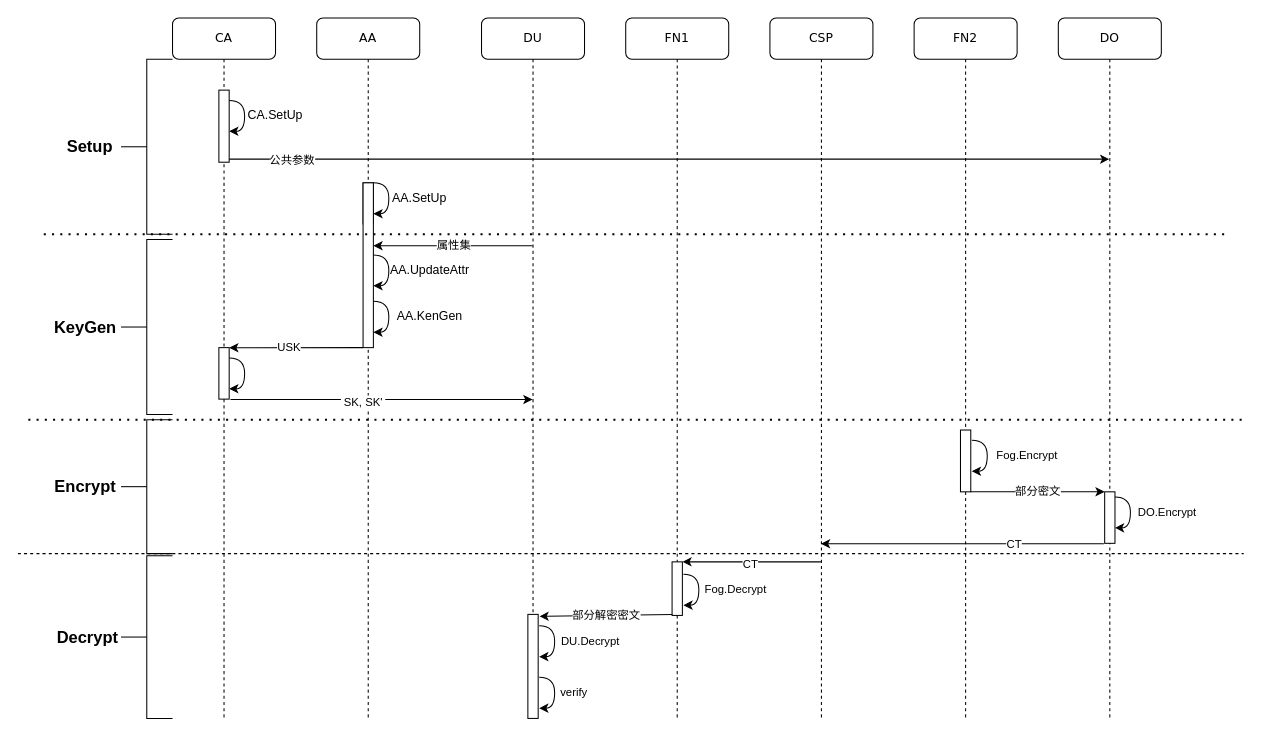
The draw.io diagram 泳道图.drawio in Hhysdbrk/drawIO, before the edit. Source tidied: cells renumbered, new cells numbered last; positions are measured from the earlier drawing's top-left corner, leaving out a move shared by most shapes. Both pictures are drawn from the tidied source at 103%, with x=0, y=0 at pixel (18, 18).
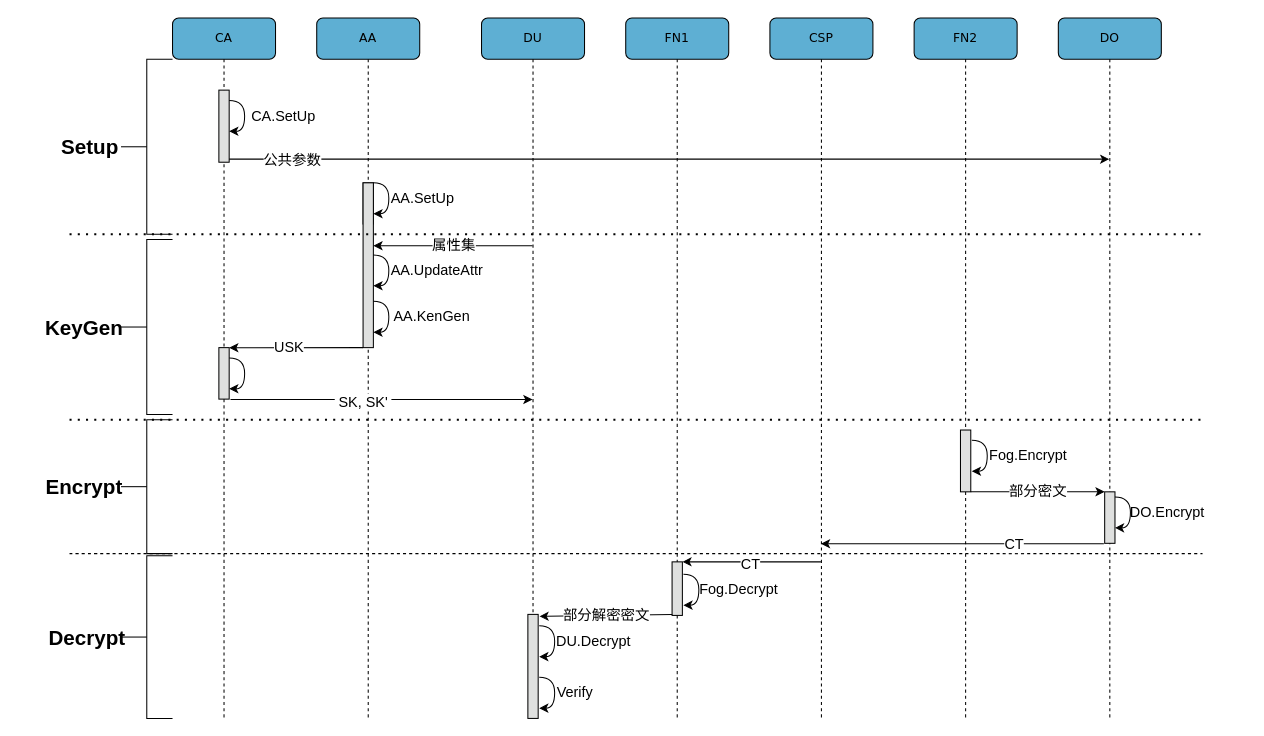
After the change.

Commit message (it also covers changes not shown here):
更新泳道图.drawio

The change refers to these unchanged cells:
```xml
<mxCell id="11" style="endArrow=classic;html=1;rounded=0;exitX=0.134;exitY=0.906;exitDx=0;exitDy=0;exitPerimeter=0;" parent="2" edge="1">
  <mxGeometry relative="1" as="geometry">
    <mxPoint x="45" y="320" as="sourcePoint" />
    <mxPoint x="-85" y="320.2" as="targetPoint" />
  </mxGeometry>
</mxCell>
<mxCell id="35" style="endArrow=classic;html=1;rounded=0;exitX=0.934;exitY=0.267;exitDx=0;exitDy=0;exitPerimeter=0;" parent="1" edge="1" target="26">
  <mxGeometry relative="1" as="geometry">
    <mxPoint x="205" y="137" as="sourcePoint" />
  </mxGeometry>
</mxCell>
<mxCell id="39" style="endArrow=classic;html=1;rounded=0;exitX=1.134;exitY=0.781;exitDx=0;exitDy=0;exitPerimeter=0;" parent="1" edge="1" target="14">
  <mxGeometry relative="1" as="geometry">
    <mxPoint x="206.3" y="370.4" as="sourcePoint" />
  </mxGeometry>
</mxCell>
<mxCell id="43" style="endArrow=classic;html=1;rounded=0;labelBackgroundColor=default;strokeColor=default;fontFamily=Helvetica;fontSize=11;fontColor=default;shape=connector;curved=1;" parent="1" edge="1">
  <mxGeometry relative="1" as="geometry">
    <mxPoint x="925" y="460" as="sourcePoint" />
    <mxPoint x="1055" y="460" as="targetPoint" />
  </mxGeometry>
</mxCell>
<mxCell id="45" style="endArrow=classic;html=1;rounded=0;labelBackgroundColor=default;strokeColor=default;fontFamily=Helvetica;fontSize=11;fontColor=default;shape=connector;curved=1;exitX=-0.077;exitY=1.009;exitDx=0;exitDy=0;exitPerimeter=0;" parent="1" edge="1" source="27" target="22">
  <mxGeometry relative="1" as="geometry" />
</mxCell>
<mxCell id="47" style="endArrow=classic;html=1;rounded=0;labelBackgroundColor=default;strokeColor=default;fontFamily=Helvetica;fontSize=11;fontColor=default;shape=connector;curved=1;" parent="1" edge="1">
  <mxGeometry relative="1" as="geometry">
    <mxPoint x="779.5" y="528" as="sourcePoint" />
    <mxPoint x="645" y="528" as="targetPoint" />
    <Array as="points">
      <mxPoint x="730" y="528" />
    </Array>
  </mxGeometry>
</mxCell>
<mxCell id="51" style="endArrow=classic;html=1;rounded=0;labelBackgroundColor=default;strokeColor=default;fontFamily=Helvetica;fontSize=11;fontColor=default;shape=connector;curved=1;exitX=0.023;exitY=0.983;exitDx=0;exitDy=0;exitPerimeter=0;entryX=1.123;entryY=0.019;entryDx=0;entryDy=0;entryPerimeter=0;" parent="1" edge="1" source="20" target="50">
  <mxGeometry relative="1" as="geometry" />
</mxCell>
```

Change to the diagram source:
```diff
@@
-    <mxCell id="2" value="AA" style="shape=umlLifeline;perimeter=lifelinePerimeter;whiteSpace=wrap;html=1;rounded=1;shadow=0;comic=0;labelBackgroundColor=none;strokeWidth=1;fontFamily=Verdana;fontSize=12;align=center;" parent="1" vertex="1">
+    <mxCell id="2" value="AA" style="shape=umlLifeline;perimeter=lifelinePerimeter;whiteSpace=wrap;html=1;rounded=1;shadow=0;comic=0;labelBackgroundColor=none;strokeWidth=1;fontFamily=Verdana;fontSize=12;align=center;fillColor=#5eafd3;" parent="1" vertex="1">
       <mxGeometry x="290" width="100" height="680" as="geometry" />
     </mxCell>
@@
-    <mxCell id="4" style="html=1;perimeter=orthogonalPerimeter;rounded=0;shadow=0;comic=0;labelBackgroundColor=none;strokeWidth=1;fontFamily=Verdana;fontSize=12;align=center;" parent="2" vertex="1">
+    <mxCell id="4" style="html=1;perimeter=orthogonalPerimeter;rounded=0;shadow=0;comic=0;labelBackgroundColor=none;strokeWidth=1;fontFamily=Verdana;fontSize=12;align=center;fillColor=#dfe0df;gradientColor=none;" parent="2" vertex="1">
       <mxGeometry x="45" y="160" width="10" height="160" as="geometry" />
     </mxCell>
@@
     <mxCell id="6" style="endArrow=none;dashed=1;html=1;dashPattern=1 3;strokeWidth=2;rounded=0;" parent="2" edge="1">
       <mxGeometry relative="1" as="geometry">
-        <mxPoint x="-265" y="210" as="sourcePoint" />
-        <mxPoint x="885" y="210" as="targetPoint" />
+        <mxPoint x="-240" y="210" as="sourcePoint" />
+        <mxPoint x="860" y="210" as="targetPoint" />
       </mxGeometry>
     </mxCell>
@@
-    <mxCell id="8" value="AA.UpdateAttr" style="text;strokeColor=none;align=center;fillColor=none;html=1;verticalAlign=middle;whiteSpace=wrap;rounded=0;" parent="2" vertex="1">
-      <mxGeometry x="80" y="230" width="60" height="30" as="geometry" />
+    <mxCell id="8" value="AA.UpdateAttr" style="text;strokeColor=none;align=center;fillColor=none;html=1;verticalAlign=middle;whiteSpace=wrap;rounded=0;fontSize=14;" parent="2" vertex="1">
+      <mxGeometry x="87" y="230" width="60" height="30" as="geometry" />
     </mxCell>
-    <mxCell id="9" value="AA.SetUp" style="text;strokeColor=none;align=center;fillColor=none;html=1;verticalAlign=middle;whiteSpace=wrap;rounded=0;" parent="2" vertex="1">
-      <mxGeometry x="70" y="160" width="60" height="30" as="geometry" />
+    <mxCell id="9" value="AA.SetUp" style="text;strokeColor=none;align=center;fillColor=none;html=1;verticalAlign=middle;whiteSpace=wrap;rounded=0;fontSize=14;" parent="2" vertex="1">
+      <mxGeometry x="73" y="160" width="60" height="30" as="geometry" />
     </mxCell>
@@
-    <mxCell id="12" value="USK" style="edgeLabel;html=1;align=center;verticalAlign=middle;" parent="11" vertex="1">
+    <mxCell id="12" value="&lt;font style=&quot;font-size: 14px;&quot;&gt;USK&lt;/font&gt;" style="edgeLabel;html=1;align=center;verticalAlign=middle;" parent="11" vertex="1">
       <mxGeometry x="0.1" y="-1" relative="1" as="geometry" />
     </mxCell>
     <mxCell id="13" style="endArrow=none;dashed=1;html=1;rounded=0;labelBackgroundColor=default;strokeColor=default;fontFamily=Helvetica;fontSize=11;fontColor=default;shape=connector;curved=1;" parent="2" edge="1">
       <mxGeometry relative="1" as="geometry">
-        <mxPoint x="-290" y="520" as="sourcePoint" />
-        <mxPoint x="900" y="520" as="targetPoint" />
+        <mxPoint x="-240" y="520" as="sourcePoint" />
+        <mxPoint x="860" y="520" as="targetPoint" />
       </mxGeometry>
     </mxCell>
-    <mxCell id="14" value="DU" style="shape=umlLifeline;perimeter=lifelinePerimeter;whiteSpace=wrap;html=1;outlineConnect=0;rounded=1;shadow=0;comic=0;labelBackgroundColor=none;strokeWidth=1;fontFamily=Verdana;fontSize=12;align=center;" parent="1" vertex="1">
+    <mxCell id="14" value="DU" style="shape=umlLifeline;perimeter=lifelinePerimeter;whiteSpace=wrap;html=1;outlineConnect=0;rounded=1;shadow=0;comic=0;labelBackgroundColor=none;strokeWidth=1;fontFamily=Verdana;fontSize=12;align=center;fillColor=#5eafd3;" parent="1" vertex="1">
       <mxGeometry x="450" width="100" height="680" as="geometry" />
     </mxCell>
     <mxCell id="15" style="endArrow=none;dashed=1;html=1;dashPattern=1 3;strokeWidth=2;rounded=0;" parent="14" edge="1">
       <mxGeometry relative="1" as="geometry">
-        <mxPoint x="-440" y="390" as="sourcePoint" />
-        <mxPoint x="740" y="390" as="targetPoint" />
+        <mxPoint x="-400" y="390" as="sourcePoint" />
+        <mxPoint x="700" y="390" as="targetPoint" />
       </mxGeometry>
     </mxCell>
@@
-    <mxCell id="18" value="&lt;font face=&quot;Times New Roman Italic&quot;&gt;verify&lt;/font&gt;" style="text;strokeColor=none;align=center;fillColor=none;html=1;verticalAlign=middle;whiteSpace=wrap;rounded=0;fontSize=11;fontFamily=Helvetica;fontColor=default;" parent="14" vertex="1">
-      <mxGeometry x="60" y="640" width="60" height="30" as="geometry" />
+    <mxCell id="18" value="&lt;font face=&quot;Times New Roman Italic&quot; style=&quot;font-size: 14px;&quot;&gt;Verify&lt;/font&gt;" style="text;strokeColor=none;align=center;fillColor=none;html=1;verticalAlign=middle;whiteSpace=wrap;rounded=0;fontSize=14;fontFamily=Helvetica;fontColor=default;" parent="14" vertex="1">
+      <mxGeometry x="61" y="640" width="60" height="30" as="geometry" />
     </mxCell>
-    <mxCell id="19" value="FN1" style="shape=umlLifeline;perimeter=lifelinePerimeter;whiteSpace=wrap;html=1;rounded=1;shadow=0;comic=0;labelBackgroundColor=none;strokeWidth=1;fontFamily=Verdana;fontSize=12;align=center;" parent="1" vertex="1">
+    <mxCell id="19" value="FN1" style="shape=umlLifeline;perimeter=lifelinePerimeter;whiteSpace=wrap;html=1;rounded=1;shadow=0;comic=0;labelBackgroundColor=none;strokeWidth=1;fontFamily=Verdana;fontSize=12;align=center;fillColor=#5eafd3;" parent="1" vertex="1">
       <mxGeometry x="590" width="100" height="680" as="geometry" />
     </mxCell>
-    <mxCell id="20" style="html=1;points=[];perimeter=orthogonalPerimeter;rounded=0;shadow=0;comic=0;labelBackgroundColor=none;strokeWidth=1;fontFamily=Verdana;fontSize=12;align=center;" parent="19" vertex="1">
+    <mxCell id="20" style="html=1;points=[];perimeter=orthogonalPerimeter;rounded=0;shadow=0;comic=0;labelBackgroundColor=none;strokeWidth=1;fontFamily=Verdana;fontSize=12;align=center;fillColor=#dfe0df;gradientColor=none;" parent="19" vertex="1">
       <mxGeometry x="45" y="528" width="10" height="52" as="geometry" />
     </mxCell>
@@
-    <mxCell id="22" value="CSP" style="shape=umlLifeline;perimeter=lifelinePerimeter;whiteSpace=wrap;html=1;outlineConnect=0;rounded=1;shadow=0;comic=0;labelBackgroundColor=none;strokeWidth=1;fontFamily=Verdana;fontSize=12;align=center;" parent="1" vertex="1">
+    <mxCell id="22" value="CSP" style="shape=umlLifeline;perimeter=lifelinePerimeter;whiteSpace=wrap;html=1;outlineConnect=0;rounded=1;shadow=0;comic=0;labelBackgroundColor=none;strokeWidth=1;fontFamily=Verdana;fontSize=12;align=center;fillColor=#5eafd3;" parent="1" vertex="1">
       <mxGeometry x="730" width="100" height="680" as="geometry" />
     </mxCell>
-    <mxCell id="23" value="FN2" style="shape=umlLifeline;perimeter=lifelinePerimeter;whiteSpace=wrap;html=1;rounded=1;shadow=0;comic=0;labelBackgroundColor=none;strokeWidth=1;fontFamily=Verdana;fontSize=12;align=center;" parent="1" vertex="1">
+    <mxCell id="23" value="FN2" style="shape=umlLifeline;perimeter=lifelinePerimeter;whiteSpace=wrap;html=1;rounded=1;shadow=0;comic=0;labelBackgroundColor=none;strokeWidth=1;fontFamily=Verdana;fontSize=12;align=center;fillColor=#5eafd3;" parent="1" vertex="1">
       <mxGeometry x="870" width="100" height="680" as="geometry" />
     </mxCell>
-    <mxCell id="24" style="html=1;perimeter=orthogonalPerimeter;rounded=0;shadow=0;comic=0;labelBackgroundColor=none;strokeWidth=1;fontFamily=Verdana;fontSize=12;align=center;" parent="23" vertex="1">
+    <mxCell id="24" style="html=1;perimeter=orthogonalPerimeter;rounded=0;shadow=0;comic=0;labelBackgroundColor=none;strokeWidth=1;fontFamily=Verdana;fontSize=12;align=center;fillColor=#dfe0df;gradientColor=none;strokeColor=default;" parent="23" vertex="1">
       <mxGeometry x="45" y="400" width="10" height="60" as="geometry" />
     </mxCell>
@@
-    <mxCell id="26" value="DO" style="shape=umlLifeline;perimeter=lifelinePerimeter;whiteSpace=wrap;html=1;outlineConnect=0;rounded=1;shadow=0;comic=0;labelBackgroundColor=none;strokeWidth=1;fontFamily=Verdana;fontSize=12;align=center;" parent="1" vertex="1">
+    <mxCell id="26" value="DO" style="shape=umlLifeline;perimeter=lifelinePerimeter;whiteSpace=wrap;html=1;outlineConnect=0;rounded=1;shadow=0;comic=0;labelBackgroundColor=none;strokeWidth=1;fontFamily=Verdana;fontSize=12;align=center;gradientColor=none;fillColor=#5eafd3;" parent="1" vertex="1">
       <mxGeometry x="1010" width="100" height="680" as="geometry" />
     </mxCell>
-    <mxCell id="27" style="html=1;points=[];perimeter=orthogonalPerimeter;rounded=0;shadow=0;comic=0;labelBackgroundColor=none;strokeWidth=1;fontFamily=Verdana;fontSize=12;align=center;" parent="26" vertex="1">
+    <mxCell id="27" style="html=1;points=[];perimeter=orthogonalPerimeter;rounded=0;shadow=0;comic=0;labelBackgroundColor=none;strokeWidth=1;fontFamily=Verdana;fontSize=12;align=center;fillColor=#dfe0df;gradientColor=none;" parent="26" vertex="1">
       <mxGeometry x="45" y="460" width="10" height="50" as="geometry" />
     </mxCell>
@@
-    <mxCell id="29" value="DO.Encrypt" style="text;strokeColor=none;align=center;fillColor=none;html=1;verticalAlign=middle;whiteSpace=wrap;rounded=0;fontSize=11;fontFamily=Helvetica;fontColor=default;" parent="26" vertex="1">
+    <mxCell id="29" value="DO.Encrypt" style="text;strokeColor=none;align=center;fillColor=none;html=1;verticalAlign=middle;whiteSpace=wrap;rounded=0;fontSize=14;fontFamily=Helvetica;fontColor=default;" parent="26" vertex="1">
       <mxGeometry x="76" y="465" width="60" height="30" as="geometry" />
     </mxCell>
-    <mxCell id="30" value="CA" style="shape=umlLifeline;perimeter=lifelinePerimeter;whiteSpace=wrap;html=1;rounded=1;shadow=0;comic=0;labelBackgroundColor=none;strokeWidth=1;fontFamily=Verdana;fontSize=12;align=center;" parent="1" vertex="1">
+    <mxCell id="30" value="CA" style="shape=umlLifeline;perimeter=lifelinePerimeter;whiteSpace=wrap;html=1;rounded=1;shadow=0;comic=0;labelBackgroundColor=none;strokeWidth=1;fontFamily=Verdana;fontSize=12;align=center;fillColor=#5eafd3;" parent="1" vertex="1">
       <mxGeometry x="150" width="100" height="680" as="geometry" />
     </mxCell>
-    <mxCell id="31" style="html=1;perimeter=orthogonalPerimeter;rounded=0;shadow=0;comic=0;labelBackgroundColor=none;strokeWidth=1;fontFamily=Verdana;fontSize=12;align=center;" parent="30" vertex="1">
+    <mxCell id="31" style="html=1;perimeter=orthogonalPerimeter;rounded=0;shadow=0;comic=0;labelBackgroundColor=none;strokeWidth=1;fontFamily=Verdana;fontSize=12;align=center;fillColor=#dfe0df;strokeColor=default;fontColor=default;gradientColor=none;" parent="30" vertex="1">
       <mxGeometry x="45" y="70" width="10" height="70" as="geometry" />
     </mxCell>
@@
-    <mxCell id="34" style="html=1;perimeter=orthogonalPerimeter;rounded=0;shadow=0;comic=0;labelBackgroundColor=none;strokeWidth=1;fontFamily=Verdana;fontSize=12;align=center;" parent="30" vertex="1">
+    <mxCell id="34" style="html=1;perimeter=orthogonalPerimeter;rounded=0;shadow=0;comic=0;labelBackgroundColor=none;strokeWidth=1;fontFamily=Verdana;fontSize=12;align=center;fillColor=#dfe0df;gradientColor=none;" parent="30" vertex="1">
       <mxGeometry x="45" y="320" width="10" height="50" as="geometry" />
     </mxCell>
@@
-    <mxCell id="36" value="公共参数" style="edgeLabel;html=1;align=center;verticalAlign=middle;" parent="35" vertex="1">
+    <mxCell id="36" value="公共参数" style="edgeLabel;html=1;align=center;verticalAlign=middle;fontSize=14;" parent="35" vertex="1">
       <mxGeometry x="-0.86" relative="1" as="geometry" />
     </mxCell>
-    <mxCell id="37" value="属性集" style="endArrow=classic;html=1;rounded=0;" parent="1" edge="1" source="14">
+    <mxCell id="37" value="&lt;font style=&quot;font-size: 14px;&quot;&gt;属性集&lt;/font&gt;" style="endArrow=classic;html=1;rounded=0;" parent="1" edge="1" source="14">
       <mxGeometry relative="1" as="geometry">
         <mxPoint x="345" y="221" as="targetPoint" />
       </mxGeometry>
     </mxCell>
-    <mxCell id="38" value="AA.KenGen" style="text;strokeColor=none;align=center;fillColor=none;html=1;verticalAlign=middle;whiteSpace=wrap;rounded=0;" parent="1" vertex="1">
-      <mxGeometry x="370" y="275" width="60" height="30" as="geometry" />
+    <mxCell id="38" value="AA.KenGen" style="text;strokeColor=none;align=center;fillColor=none;html=1;verticalAlign=middle;whiteSpace=wrap;rounded=0;fontSize=14;" parent="1" vertex="1">
+      <mxGeometry x="372" y="275" width="60" height="30" as="geometry" />
     </mxCell>
@@
-    <mxCell id="40" value="&amp;nbsp;SK, SK'&amp;nbsp;" style="edgeLabel;html=1;align=center;verticalAlign=middle;" parent="39" vertex="1">
+    <mxCell id="40" value="&lt;font style=&quot;font-size: 14px;&quot;&gt;&amp;nbsp;SK, SK'&amp;nbsp;&lt;/font&gt;" style="edgeLabel;html=1;align=center;verticalAlign=middle;" parent="39" vertex="1">
       <mxGeometry x="-0.13" y="-2" relative="1" as="geometry" />
     </mxCell>
-    <mxCell id="41" value="CA.SetUp" style="text;strokeColor=none;align=center;fillColor=none;html=1;verticalAlign=middle;whiteSpace=wrap;rounded=0;" parent="1" vertex="1">
-      <mxGeometry x="220" y="80" width="60" height="30" as="geometry" />
+    <mxCell id="41" value="CA.SetUp" style="text;strokeColor=none;align=center;fillColor=none;html=1;verticalAlign=middle;whiteSpace=wrap;rounded=0;fontSize=14;" parent="1" vertex="1">
+      <mxGeometry x="228" y="80" width="60" height="30" as="geometry" />
     </mxCell>
-    <mxCell id="42" value="Fog.Encrypt" style="text;strokeColor=none;align=center;fillColor=none;html=1;verticalAlign=middle;whiteSpace=wrap;rounded=0;fontSize=11;fontFamily=Helvetica;fontColor=default;" parent="1" vertex="1">
-      <mxGeometry x="950" y="410" width="60" height="30" as="geometry" />
+    <mxCell id="42" value="Fog.Encrypt" style="text;strokeColor=none;align=center;fillColor=none;html=1;verticalAlign=middle;whiteSpace=wrap;rounded=0;fontSize=14;fontFamily=Helvetica;fontColor=default;" parent="1" vertex="1">
+      <mxGeometry x="951" y="410" width="60" height="30" as="geometry" />
     </mxCell>
@@
-    <mxCell id="44" value="部分密文" style="edgeLabel;html=1;align=center;verticalAlign=middle;fontSize=11;fontFamily=Helvetica;fontColor=default;" parent="43" vertex="1">
+    <mxCell id="44" value="&lt;font style=&quot;font-size: 14px;&quot;&gt;部分密文&lt;/font&gt;" style="edgeLabel;html=1;align=center;verticalAlign=middle;fontSize=11;fontFamily=Helvetica;fontColor=default;" parent="43" vertex="1">
       <mxGeometry x="-0.01" y="1" relative="1" as="geometry" />
     </mxCell>
@@
-    <mxCell id="46" value="CT" style="edgeLabel;html=1;align=center;verticalAlign=middle;fontSize=11;fontFamily=Helvetica;fontColor=default;" parent="45" vertex="1">
+    <mxCell id="46" value="&lt;font style=&quot;font-size: 14px;&quot;&gt;CT&lt;/font&gt;" style="edgeLabel;html=1;align=center;verticalAlign=middle;fontSize=11;fontFamily=Helvetica;fontColor=default;" parent="45" vertex="1">
       <mxGeometry x="-0.36" relative="1" as="geometry" />
     </mxCell>
@@
-    <mxCell id="48" value="CT" style="edgeLabel;html=1;align=center;verticalAlign=middle;fontSize=11;fontFamily=Helvetica;fontColor=default;" parent="47" vertex="1">
+    <mxCell id="48" value="&lt;font style=&quot;font-size: 14px;&quot;&gt;CT&lt;/font&gt;" style="edgeLabel;html=1;align=center;verticalAlign=middle;fontSize=11;fontFamily=Helvetica;fontColor=default;" parent="47" vertex="1">
       <mxGeometry x="0.02" y="1" relative="1" as="geometry" />
     </mxCell>
-    <mxCell id="49" value="Fog.Decrypt" style="text;strokeColor=none;align=center;fillColor=none;html=1;verticalAlign=middle;whiteSpace=wrap;rounded=0;fontSize=11;fontFamily=Helvetica;fontColor=default;" parent="1" vertex="1">
-      <mxGeometry x="667" y="540" width="60" height="30" as="geometry" />
+    <mxCell id="49" value="Fog.Decrypt" style="text;strokeColor=none;align=center;fillColor=none;html=1;verticalAlign=middle;whiteSpace=wrap;rounded=0;fontSize=14;fontFamily=Helvetica;fontColor=default;" parent="1" vertex="1">
+      <mxGeometry x="670" y="540" width="60" height="30" as="geometry" />
     </mxCell>
-    <mxCell id="50" style="html=1;points=[];perimeter=orthogonalPerimeter;rounded=0;shadow=0;comic=0;labelBackgroundColor=none;strokeWidth=1;fontFamily=Verdana;fontSize=12;align=center;" parent="1" vertex="1">
+    <mxCell id="50" style="html=1;points=[];perimeter=orthogonalPerimeter;rounded=0;shadow=0;comic=0;labelBackgroundColor=none;strokeWidth=1;fontFamily=Verdana;fontSize=12;align=center;fillColor=#dfe0df;gradientColor=none;" parent="1" vertex="1">
       <mxGeometry x="495" y="579" width="10" height="101" as="geometry" />
     </mxCell>
@@
-    <mxCell id="52" value="部分解密密文" style="edgeLabel;html=1;align=center;verticalAlign=middle;fontSize=11;fontFamily=Helvetica;fontColor=default;" parent="51" vertex="1">
+    <mxCell id="52" value="部分解密密文" style="edgeLabel;html=1;align=center;verticalAlign=middle;fontSize=14;fontFamily=Helvetica;fontColor=default;" parent="51" vertex="1">
       <mxGeometry x="0.01" y="-1" relative="1" as="geometry" />
     </mxCell>
-    <mxCell id="53" value="DU.Decrypt" style="text;strokeColor=none;align=center;fillColor=none;html=1;verticalAlign=middle;whiteSpace=wrap;rounded=0;fontSize=11;fontFamily=Helvetica;fontColor=default;" parent="1" vertex="1">
-      <mxGeometry x="526" y="589.5" width="60" height="30" as="geometry" />
+    <mxCell id="53" value="DU.Decrypt" style="text;strokeColor=none;align=center;fillColor=none;html=1;verticalAlign=middle;whiteSpace=wrap;rounded=0;fontSize=14;fontFamily=Helvetica;fontColor=default;" parent="1" vertex="1">
+      <mxGeometry x="529" y="589.5" width="60" height="30" as="geometry" />
     </mxCell>
@@
-    <mxCell id="55" value="&lt;font style=&quot;font-size: 16px;&quot;&gt;&lt;b&gt;Decrypt&amp;nbsp;&lt;/b&gt;&lt;/font&gt;" style="text;strokeColor=none;align=center;fillColor=none;html=1;verticalAlign=middle;whiteSpace=wrap;rounded=0;fontSize=11;fontFamily=Helvetica;fontColor=default;" parent="1" vertex="1">
+    <mxCell id="55" value="&lt;font style=&quot;font-size: 20px;&quot;&gt;&lt;b style=&quot;font-size: 20px;&quot;&gt;Decrypt&amp;nbsp;&lt;/b&gt;&lt;/font&gt;" style="text;strokeColor=none;align=center;fillColor=none;html=1;verticalAlign=middle;whiteSpace=wrap;rounded=0;fontSize=20;fontFamily=Helvetica;fontColor=default;" parent="1" vertex="1">
       <mxGeometry x="40" y="587.1" width="60" height="27.9" as="geometry" />
     </mxCell>
@@
-    <mxCell id="57" value="&lt;font style=&quot;font-size: 16px;&quot;&gt;&lt;b&gt;Encrypt&amp;nbsp;&amp;nbsp;&lt;/b&gt;&lt;/font&gt;" style="text;strokeColor=none;align=center;fillColor=none;html=1;verticalAlign=middle;whiteSpace=wrap;rounded=0;fontSize=11;fontFamily=Helvetica;fontColor=default;" parent="1" vertex="1">
+    <mxCell id="57" value="&lt;font style=&quot;font-size: 20px;&quot;&gt;&lt;b style=&quot;font-size: 20px;&quot;&gt;Encrypt&amp;nbsp;&amp;nbsp;&lt;/b&gt;&lt;/font&gt;" style="text;strokeColor=none;align=center;fillColor=none;html=1;verticalAlign=middle;whiteSpace=wrap;rounded=0;fontSize=20;fontFamily=Helvetica;fontColor=default;" parent="1" vertex="1">
       <mxGeometry x="40" y="443.5" width="60" height="22.9" as="geometry" />
     </mxCell>
@@
-    <mxCell id="59" value="&lt;font style=&quot;font-size: 16px;&quot;&gt;&lt;b&gt;KeyGen&amp;nbsp;&amp;nbsp;&lt;/b&gt;&lt;/font&gt;" style="text;strokeColor=none;align=center;fillColor=none;html=1;verticalAlign=middle;whiteSpace=wrap;rounded=0;fontSize=11;fontFamily=Helvetica;fontColor=default;" parent="1" vertex="1">
+    <mxCell id="59" value="&lt;font style=&quot;font-size: 20px;&quot;&gt;&lt;b style=&quot;font-size: 20px;&quot;&gt;KeyGen&amp;nbsp;&amp;nbsp;&lt;/b&gt;&lt;/font&gt;" style="text;strokeColor=none;align=center;fillColor=none;html=1;verticalAlign=middle;whiteSpace=wrap;rounded=0;fontSize=20;fontFamily=Helvetica;fontColor=default;" parent="1" vertex="1">
       <mxGeometry x="40" y="285" width="60" height="30" as="geometry" />
     </mxCell>
@@
-    <mxCell id="61" value="&lt;font style=&quot;font-size: 16px;&quot;&gt;&lt;b&gt;Setup&lt;/b&gt;&lt;/font&gt;" style="text;strokeColor=none;align=center;fillColor=none;html=1;verticalAlign=middle;whiteSpace=wrap;rounded=0;fontSize=11;fontFamily=Helvetica;fontColor=default;" parent="1" vertex="1">
+    <mxCell id="61" value="&lt;font style=&quot;font-size: 20px;&quot;&gt;&lt;b style=&quot;font-size: 20px;&quot;&gt;Setup&lt;/b&gt;&lt;/font&gt;" style="text;strokeColor=none;align=center;fillColor=none;html=1;verticalAlign=middle;whiteSpace=wrap;rounded=0;fontSize=20;fontFamily=Helvetica;fontColor=default;" parent="1" vertex="1">
       <mxGeometry x="40" y="110" width="60" height="30" as="geometry" />
     </mxCell>
```
